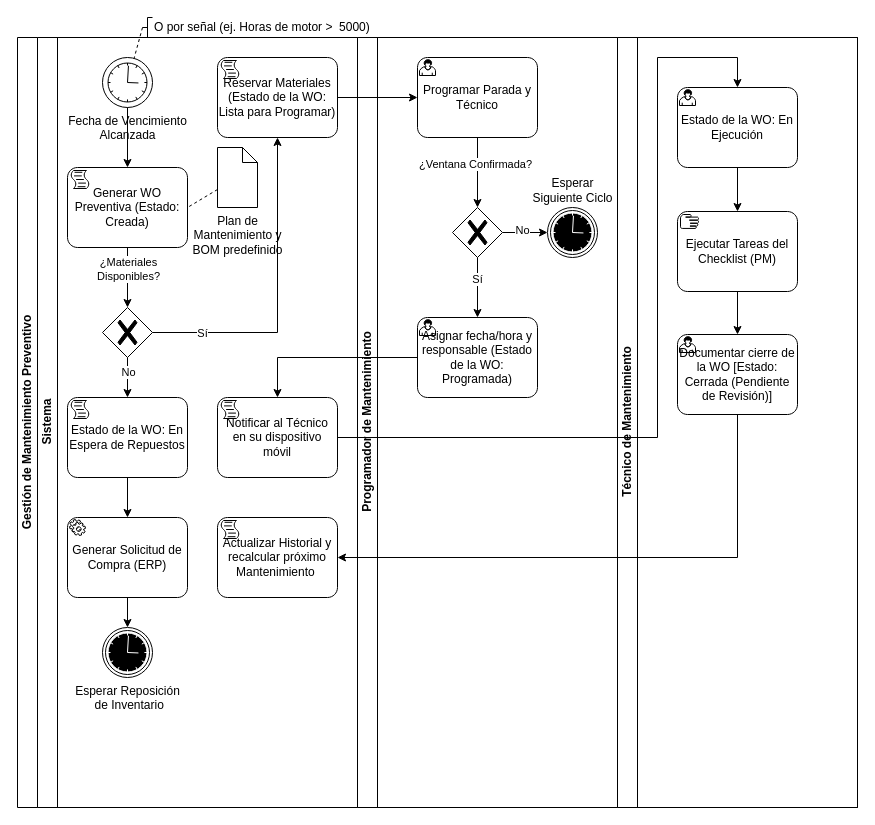
Earlier version of the draw.io diagram page "Ver 2.0" (2 of 2) of bpmn/ciclo_mantenimiento_preventivo.drawio (Novav20/adso-dteam-docs). Source tidied: cells renumbered, new cells numbered last; positions are measured from the earlier drawing's top-left corner, leaving out a move shared by most shapes. Both pictures are drawn from the tidied source at 100%, with x=0, y=0 at pixel (17, 17).
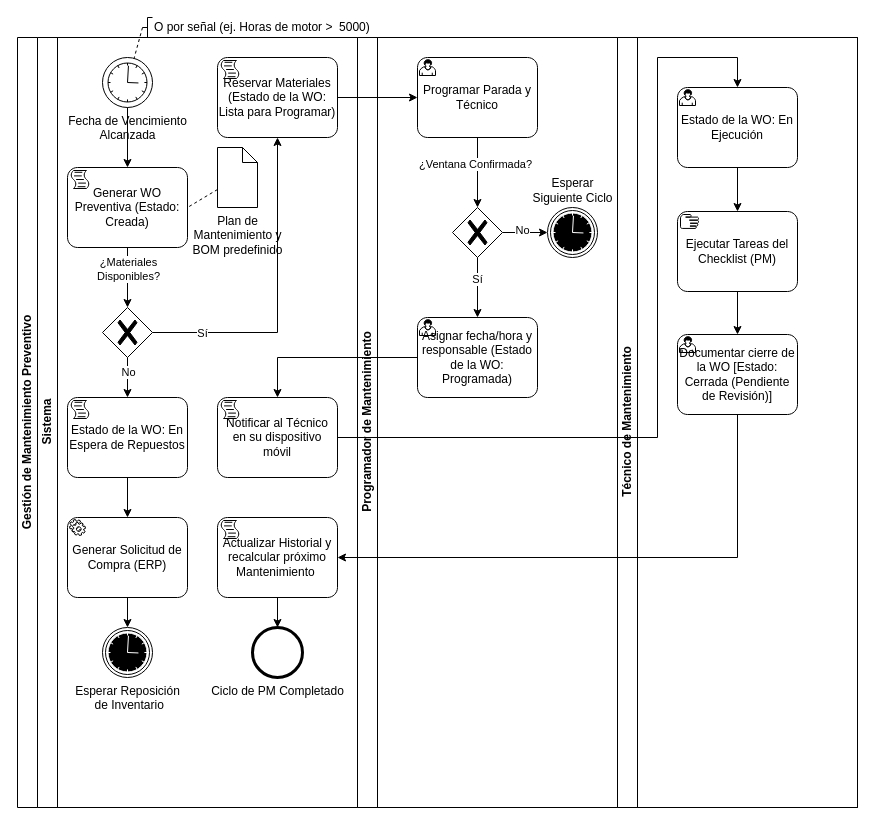
After the change.

Commit message:
Docs(bpmn): Adición de evento final en ciclo PM.

The change refers to these unchanged cells:
```xml
<mxCell id="3" value="Sistema" style="swimlane;html=1;startSize=20;horizontal=0;" parent="2" vertex="1">
  <mxGeometry x="20" width="320" height="770" as="geometry" />
</mxCell>
<mxCell id="23" value="Actualizar Historial y recalcular próximo Mantenimiento&amp;nbsp;" style="points=[[0.25,0,0],[0.5,0,0],[0.75,0,0],[1,0.25,0],[1,0.5,0],[1,0.75,0],[0.75,1,0],[0.5,1,0],[0.25,1,0],[0,0.75,0],[0,0.5,0],[0,0.25,0]];shape=mxgraph.bpmn.task;whiteSpace=wrap;rectStyle=rounded;size=10;html=1;taskMarker=script;" parent="3" vertex="1">
  <mxGeometry x="180" y="480" width="120" height="80" as="geometry" />
</mxCell>
```

Diff of the diagram source:
```diff
@@
+    <mxCell id="47" style="edgeStyle=none;html=1;" parent="3" edge="1" source="23" target="48">
+      <mxGeometry relative="1" as="geometry" />
+    </mxCell>
@@
+    <mxCell id="48" value="Ciclo de PM Completado" style="points=[[0.145,0.145,0],[0.5,0,0],[0.855,0.145,0],[1,0.5,0],[0.855,0.855,0],[0.5,1,0],[0.145,0.855,0],[0,0.5,0]];shape=mxgraph.bpmn.event;html=1;verticalLabelPosition=bottom;labelBackgroundColor=#ffffff;verticalAlign=top;align=center;perimeter=ellipsePerimeter;outlineConnect=0;outline=end;symbol=terminate2;" parent="3" vertex="1">
+      <mxGeometry x="215" y="590" width="50" height="50" as="geometry" />
+    </mxCell>
```
